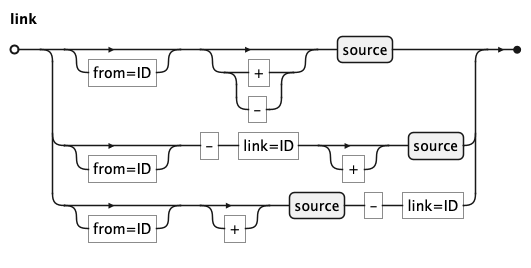
Earlier version of the PlantUML export docs/kql/link.png (koryki-java/core).
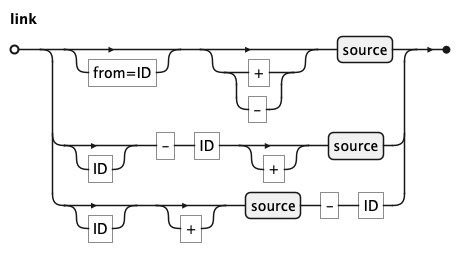
The same file after the commit.

What changed in the source:
```diff
@@ -6,8 +6,8 @@
 'title link
 
 link = ["from=ID"], [("+" | "-")], source
-  | ["from=ID"], "-", "link=ID", ["+"], source
-  | ["from=ID"], ["+"], source, "-", "link=ID"
+  | ["ID"], "-", "ID", ["+"], source
+  | ["ID"], ["+"], source, "-", "ID"
 ;
 
 @endebnf
```
